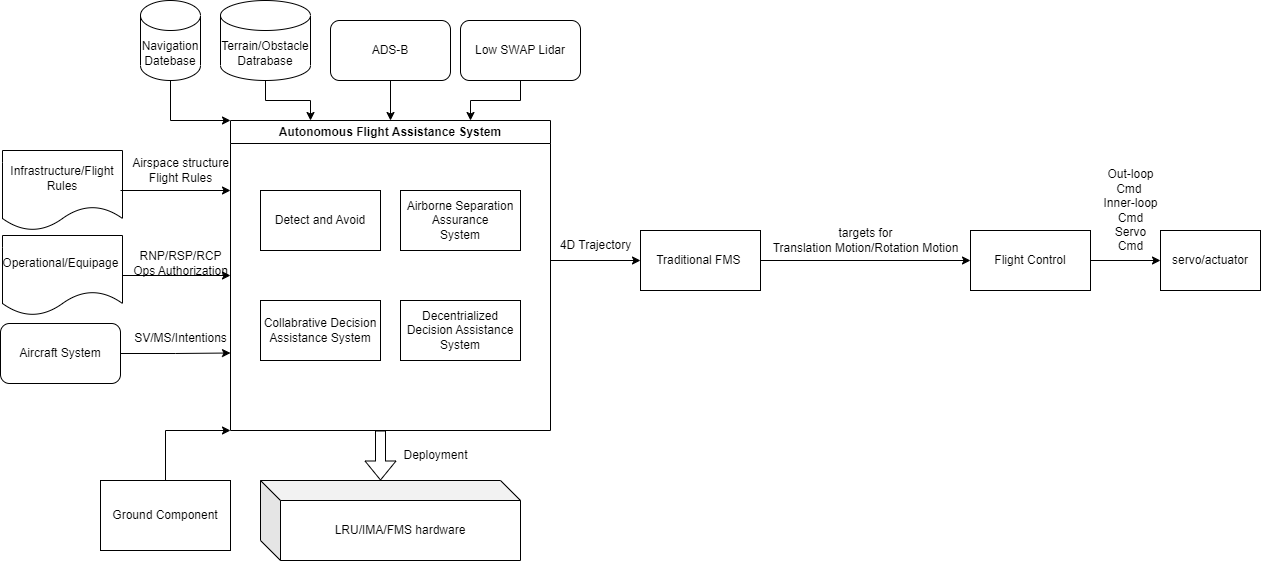
Earlier version of the draw.io export Documents/AFAS Diagram.png (iceteawing/DAA-setup). Source tidied: cells renumbered, new cells last; positions are measured from the earlier drawing's top-left corner, leaving out a move shared by most shapes.
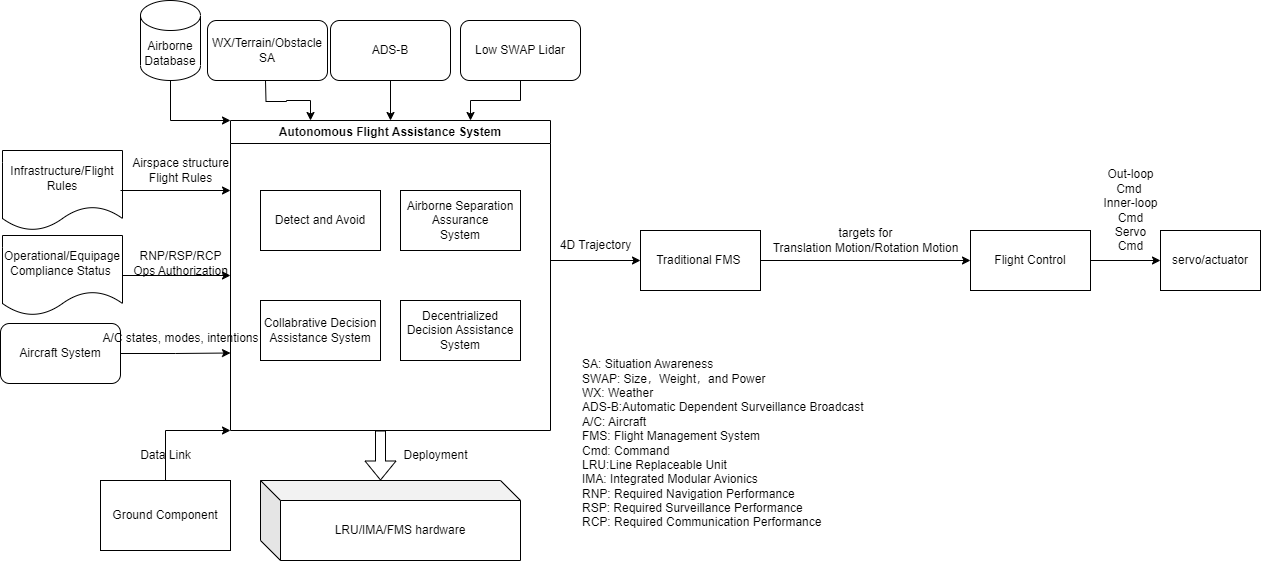
Above is the later version.

Change to the diagram source:
```diff
@@ -55,12 +55,11 @@
     <mxCell id="16" value="Out-loop&lt;br/&gt;Cmd&amp;nbsp;&lt;br&gt;Inner-loop&lt;br/&gt;Cmd&lt;br&gt;Servo&lt;br/&gt;Cmd" style="text;html=1;align=center;verticalAlign=middle;strokeColor=none;fillColor=none;" parent="1" vertex="1">
       <mxGeometry x="1090" y="160" width="80" height="100" as="geometry" />
     </mxCell>
-    <mxCell id="17" style="edgeStyle=orthogonalEdgeStyle;rounded=0;jettySize=auto;html=1;entryX=0.25;entryY=0;entryDx=0;entryDy=0;" parent="1" edge="1" source="18" target="2">
-      <mxGeometry relative="1" as="geometry" />
+    <mxCell id="17" style="edgeStyle=orthogonalEdgeStyle;rounded=0;jettySize=auto;html=1;entryX=0.25;entryY=0;entryDx=0;entryDy=0;" parent="1" edge="1" target="2">
+      <mxGeometry relative="1" as="geometry">
+        <mxPoint x="265" y="80" as="sourcePoint" />
+      </mxGeometry>
     </mxCell>
-    <mxCell id="18" value="Terrain/Obstacle&lt;br&gt;Datrabase" style="shape=cylinder3;whiteSpace=wrap;html=1;boundedLbl=1;backgroundOutline=1;size=15;" parent="1" vertex="1">
-      <mxGeometry x="220" width="90" height="80" as="geometry" />
-    </mxCell>
     <mxCell id="19" style="edgeStyle=orthogonalEdgeStyle;rounded=0;jettySize=auto;html=1;entryX=0.5;entryY=0;entryDx=0;entryDy=0;" parent="1" edge="1" source="20" target="2">
       <mxGeometry relative="1" as="geometry" />
     </mxCell>
@@ -79,7 +78,7 @@
     <mxCell id="24" value="Deployment" style="text;html=1;align=center;verticalAlign=middle;strokeColor=none;fillColor=none;" parent="1" vertex="1">
       <mxGeometry x="390" y="440" width="90" height="30" as="geometry" />
     </mxCell>
-    <mxCell id="25" value="Navigation Datebase" style="shape=cylinder3;whiteSpace=wrap;html=1;boundedLbl=1;backgroundOutline=1;size=15;" parent="1" vertex="1">
+    <mxCell id="25" value="Airborne Database" style="shape=cylinder3;whiteSpace=wrap;html=1;boundedLbl=1;backgroundOutline=1;size=15;" parent="1" vertex="1">
       <mxGeometry x="140" width="60" height="80" as="geometry" />
     </mxCell>
     <mxCell id="26" style="endArrow=classic;html=1;rounded=0;entryX=0;entryY=0;entryDx=0;entryDy=0;exitX=0.5;exitY=1;exitDx=0;exitDy=0;exitPerimeter=0;" parent="1" edge="1" source="25" target="2">
@@ -105,8 +104,8 @@
         </Array>
       </mxGeometry>
     </mxCell>
-    <mxCell id="31" value="SV/MS/Intentions" style="text;html=1;align=center;verticalAlign=middle;strokeColor=none;fillColor=none;" parent="1" vertex="1">
-      <mxGeometry x="120" y="323" width="120" height="30" as="geometry" />
+    <mxCell id="31" value="A/C states, modes, intentions" style="text;html=1;align=center;verticalAlign=middle;strokeColor=none;fillColor=none;" parent="1" vertex="1">
+      <mxGeometry x="90" y="323" width="180" height="30" as="geometry" />
     </mxCell>
     <mxCell id="32" value="Infrastructure/Flight Rules" style="shape=document;whiteSpace=wrap;html=1;boundedLbl=1;" parent="1" vertex="1">
       <mxGeometry x="2" y="150" width="120" height="80" as="geometry" />
@@ -120,7 +119,7 @@
     <mxCell id="34" value="Airspace structure&lt;br&gt;Flight Rules" style="text;html=1;align=center;verticalAlign=middle;strokeColor=none;fillColor=none;" parent="1" vertex="1">
       <mxGeometry x="120" y="150" width="120" height="40" as="geometry" />
     </mxCell>
-    <mxCell id="35" value="Operational/Equipage&amp;nbsp;" style="shape=document;whiteSpace=wrap;html=1;boundedLbl=1;" parent="1" vertex="1">
+    <mxCell id="35" value="Operational/Equipage&lt;br&gt;Compliance Status&amp;nbsp;" style="shape=document;whiteSpace=wrap;html=1;boundedLbl=1;" parent="1" vertex="1">
       <mxGeometry x="2" y="235" width="120" height="80" as="geometry" />
     </mxCell>
     <mxCell id="36" style="endArrow=classic;html=1;rounded=0;entryX=0;entryY=0.5;entryDx=0;entryDy=0;exitX=1;exitY=0.5;exitDx=0;exitDy=0;" parent="1" edge="1" source="35" target="2">
@@ -129,5 +128,14 @@
     <mxCell id="37" value="RNP/RSP/RCP&lt;br&gt;Ops Authorization" style="text;html=1;align=center;verticalAlign=middle;strokeColor=none;fillColor=none;" parent="1" vertex="1">
       <mxGeometry x="120" y="243" width="120" height="40" as="geometry" />
     </mxCell>
+    <mxCell id="38" value="Data Link" style="text;html=1;align=center;verticalAlign=middle;strokeColor=none;fillColor=none;" parent="1" vertex="1">
+      <mxGeometry x="130" y="440" width="70" height="30" as="geometry" />
+    </mxCell>
+    <mxCell id="39" value="SA: Situation Awareness&lt;br&gt;SWAP:&amp;nbsp;Size，Weight，&lt;span style=&quot;background-color: initial;&quot;&gt;and Power&lt;/span&gt;&lt;br&gt;WX: Weather&lt;br&gt;ADS-B:Automatic Dependent Surveillance Broadcast&lt;br&gt;A/C: Aircraft&lt;br&gt;FMS: Flight Management System&lt;br&gt;Cmd: Command&lt;br&gt;LRU:Line Replaceable Unit&lt;br&gt;IMA:&amp;nbsp;Integrated Modular Avionics&lt;br&gt;RNP: Required Navigation Performance&lt;br&gt;RSP: Required Surveillance Performance&lt;br&gt;RCP: Required Communication Performance" style="text;html=1;strokeColor=none;fillColor=none;align=left;verticalAlign=middle;whiteSpace=wrap;rounded=0;" parent="1" vertex="1">
+      <mxGeometry x="580" y="353" width="300" height="180" as="geometry" />
+    </mxCell>
+    <mxCell id="40" value="WX/Terrain/Obstacle&lt;br&gt;SA" style="rounded=1;whiteSpace=wrap;html=1;" parent="1" vertex="1">
+      <mxGeometry x="207" y="20" width="120" height="60" as="geometry" />
+    </mxCell>
   </root>
 </mxGraphModel>
```
